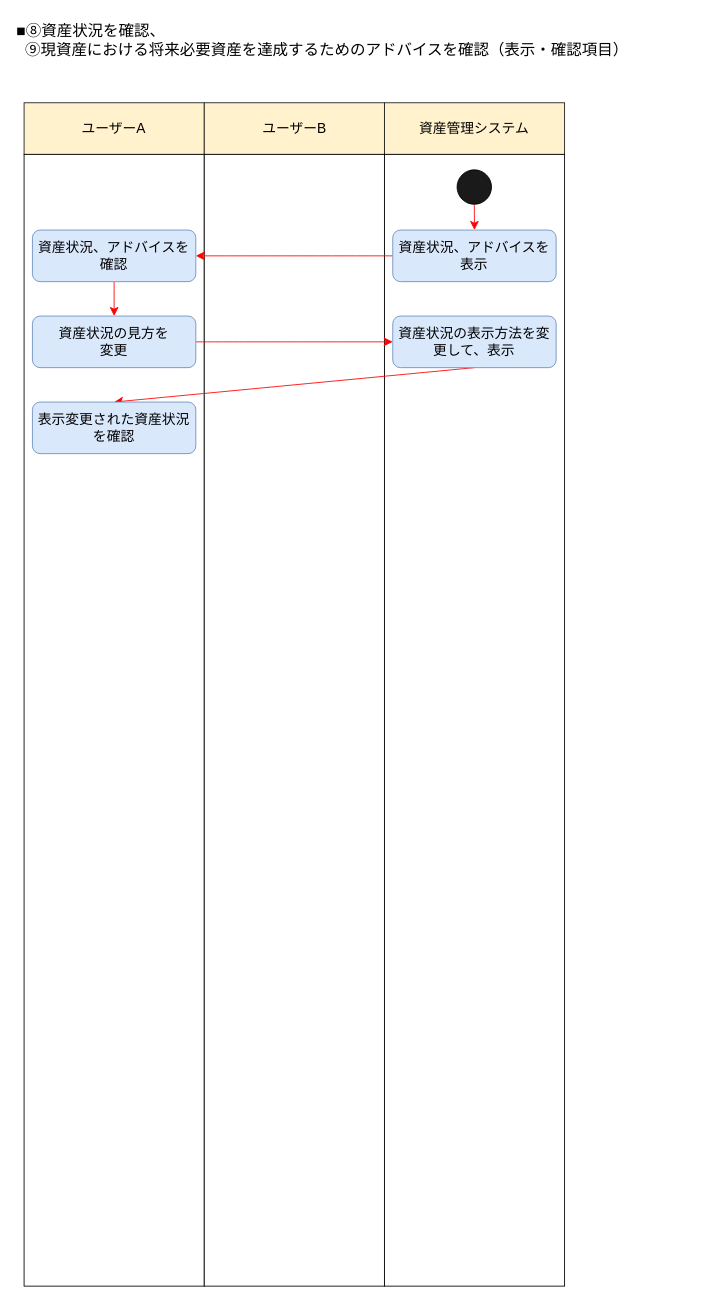
Earlier version of the draw.io diagram page "アクティビティ図(表示・確認項目)" (5 of 5) of コンテキスト図.drawio (10mo8mi2/20231121_Udemy_-_-). Source tidied: cells renumbered, new cells numbered last; positions are measured from the earlier drawing's top-left corner, leaving out a move shared by most shapes. Both pictures are drawn from the tidied source at 86%, with x=0, y=0 at pixel (15, 15).
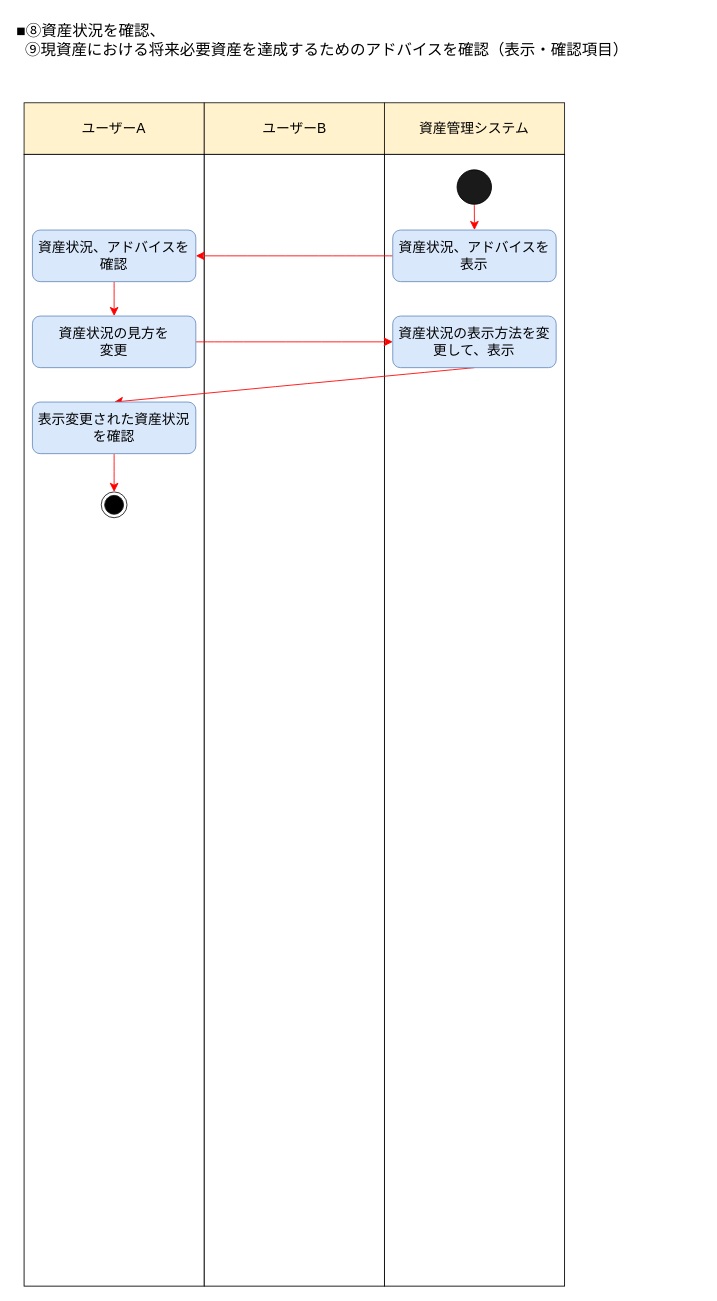
Above is the later version.

Commit message:
コンテキスト図.drawio を更新します

The change refers to these unchanged cells:
```xml
<mxCell id="22" value="表示変更された資産状況を確認" style="rounded=1;whiteSpace=wrap;html=1;fontSize=16;fillColor=#dae8fc;strokeColor=#6c8ebf;" parent="1" vertex="1">
  <mxGeometry x="20.2" y="450" width="190" height="60" as="geometry" />
</mxCell>
```

What changed in the source:
```diff
@@
+    <mxCell id="23" style="edgeStyle=none;shape=connector;curved=1;rounded=0;jettySize=auto;html=1;exitX=0.5;exitY=1;exitDx=0;exitDy=0;entryX=0.5;entryY=0;entryDx=0;entryDy=0;labelBackgroundColor=default;strokeColor=#FF0000;align=center;verticalAlign=middle;fontFamily=Helvetica;fontSize=12;fontColor=default;endArrow=classic;startSize=8;endSize=8;" parent="1" edge="1" source="22" target="24">
+      <mxGeometry relative="1" as="geometry" />
+    </mxCell>
@@
+    <mxCell id="24" style="ellipse;html=1;shape=endState;fillColor=#000000;strokeColor=#1A1A1A;align=center;verticalAlign=middle;fontFamily=Helvetica;fontSize=12;fontColor=default;" parent="1" vertex="1">
+      <mxGeometry x="100.2" y="554.5" width="30" height="30" as="geometry" />
+    </mxCell>
```
